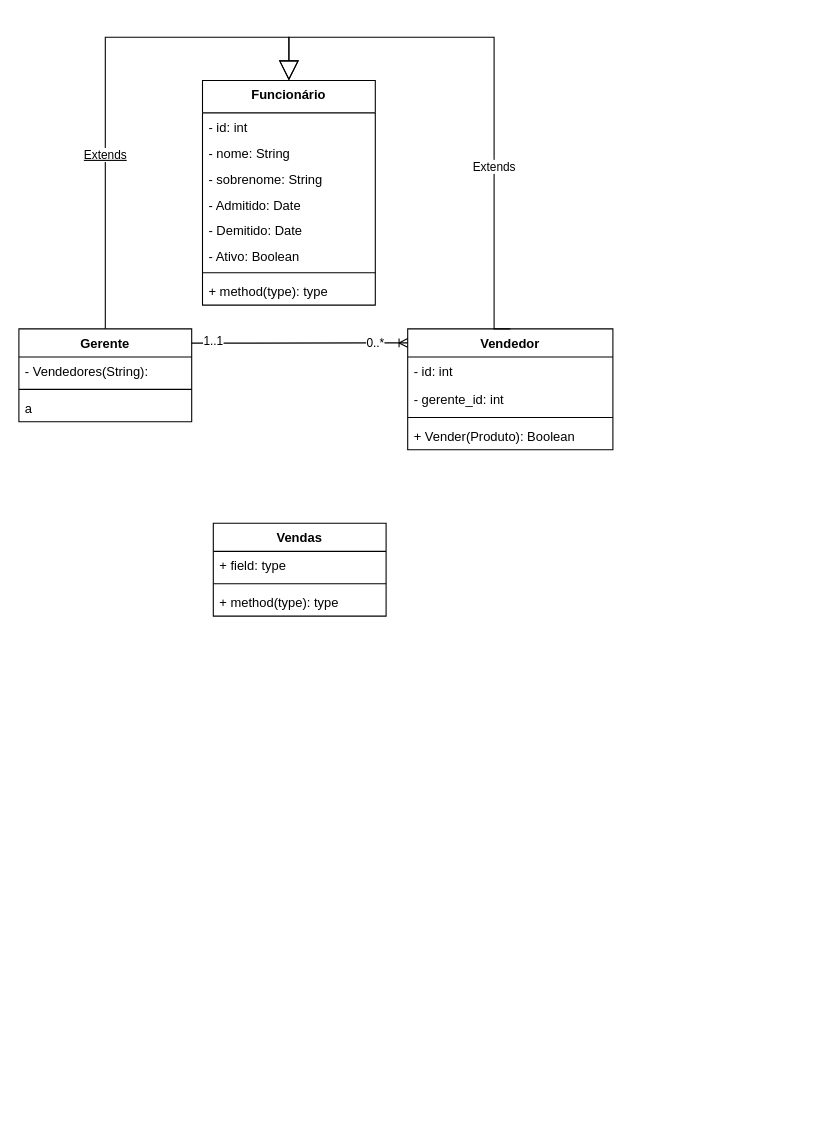
This is DiagramaDeClasse.drawio from gmdias727/fuzzy-doodle, a draw.io file, before an edit. Source tidied: cells renumbered, new cells numbered last; positions are measured from the earlier drawing's top-left corner, leaving out a move shared by most shapes. Both pictures are drawn from the tidied source at 108%, with x=0, y=0 at pixel (18, 37).
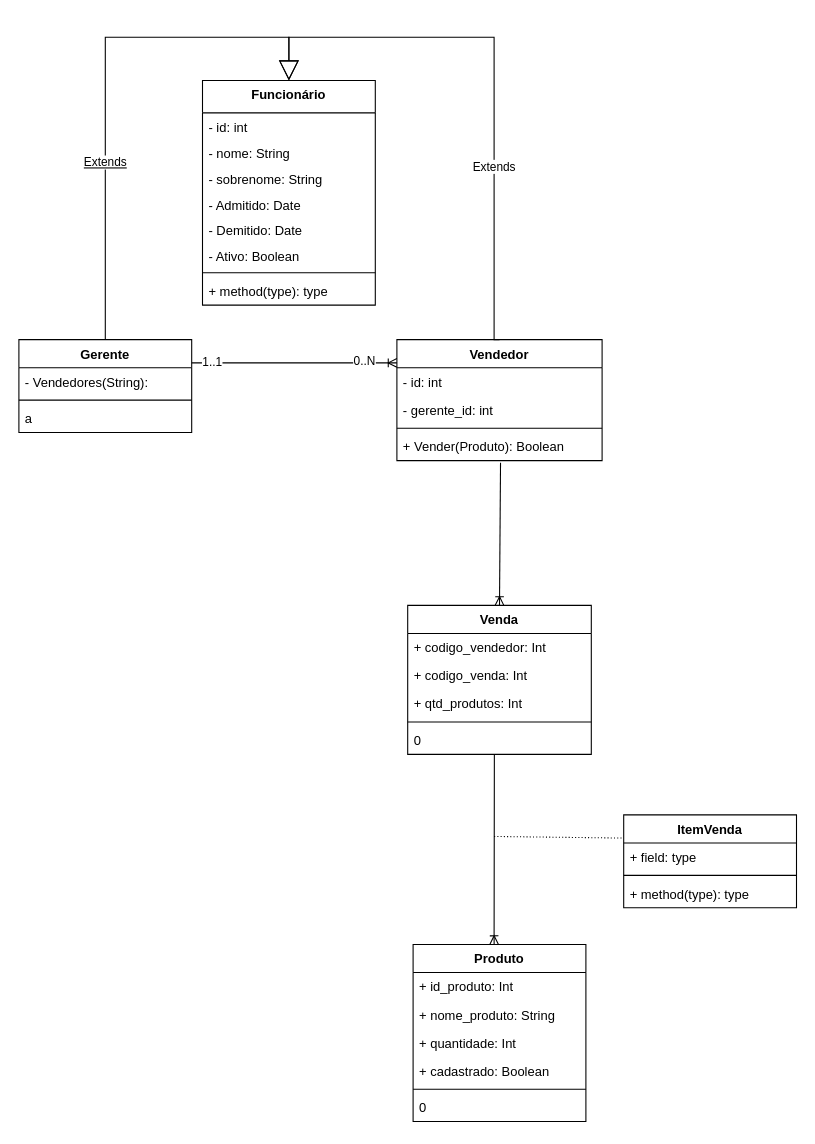
The same diagram, later.

The change refers to these unchanged cells:
```xml
<mxCell id="19" value="+ Vender(Produto): Boolean" style="text;strokeColor=none;fillColor=none;align=left;verticalAlign=top;spacingLeft=4;spacingRight=4;overflow=hidden;points=[[0,0.5],[1,0.5]];portConstraint=eastwest;" parent="15" vertex="1">
  <mxGeometry y="86" width="190" height="26" as="geometry" />
</mxCell>
```

What changed in the source:
```diff
@@
     <mxCell id="11" value="Gerente" style="swimlane;fontStyle=1;align=center;verticalAlign=top;horizontal=1;startSize=26;" parent="1" vertex="1">
-      <mxGeometry y="270" width="160" height="86" as="geometry" />
+      <mxGeometry y="280" width="160" height="86" as="geometry" />
     </mxCell>
@@
     <mxCell id="15" value="Vendedor" style="swimlane;fontStyle=1;align=center;verticalAlign=top;horizontal=1;startSize=26;" parent="1" vertex="1">
-      <mxGeometry x="360" y="270" width="190" height="112" as="geometry" />
+      <mxGeometry x="350" y="280" width="190" height="112" as="geometry" />
     </mxCell>
@@
-    <mxCell id="20" value="Vendas" style="swimlane;fontStyle=1;align=center;verticalAlign=top;horizontal=1;startSize=26;" parent="1" vertex="1">
-      <mxGeometry x="180" y="450" width="160" height="86" as="geometry" />
+    <mxCell id="20" value="Venda" style="swimlane;fontStyle=1;align=center;verticalAlign=top;horizontal=1;startSize=26;" parent="1" vertex="1">
+      <mxGeometry x="360" y="526" width="170" height="138" as="geometry" />
     </mxCell>
+    <mxCell id="29" value="+ codigo_vendedor: Int" style="text;strokeColor=none;fillColor=none;align=left;verticalAlign=top;spacingLeft=4;spacingRight=4;overflow=hidden;" parent="20" vertex="1">
+      <mxGeometry y="26" width="170" height="26" as="geometry" />
+    </mxCell>
+    <mxCell id="30" value="+ codigo_venda: Int" style="text;strokeColor=none;fillColor=none;align=left;verticalAlign=top;spacingLeft=4;spacingRight=4;overflow=hidden;" parent="20" vertex="1">
+      <mxGeometry y="52" width="170" height="26" as="geometry" />
+    </mxCell>
-    <mxCell id="21" value="+ field: type" style="text;strokeColor=none;fillColor=none;align=left;verticalAlign=top;spacingLeft=4;spacingRight=4;overflow=hidden;" parent="20" vertex="1">
-      <mxGeometry y="26" width="160" height="26" as="geometry" />
+    <mxCell id="21" value="+ qtd_produtos: Int" style="text;strokeColor=none;fillColor=none;align=left;verticalAlign=top;spacingLeft=4;spacingRight=4;overflow=hidden;" parent="20" vertex="1">
+      <mxGeometry y="78" width="170" height="26" as="geometry" />
     </mxCell>
     <mxCell id="22" style="line;strokeWidth=1;fillColor=none;align=left;verticalAlign=middle;spacingTop=-1;spacingLeft=3;spacingRight=3;labelPosition=right;" parent="20" vertex="1">
-      <mxGeometry y="52" width="160" height="8" as="geometry" />
+      <mxGeometry y="104" width="170" height="8" as="geometry" />
     </mxCell>
-    <mxCell id="23" value="+ method(type): type" style="text;strokeColor=none;fillColor=none;align=left;verticalAlign=top;spacingLeft=4;spacingRight=4;overflow=hidden;points=[[0,0.5],[1,0.5]];portConstraint=eastwest;" parent="20" vertex="1">
-      <mxGeometry y="60" width="160" height="26" as="geometry" />
+    <mxCell id="23" value="0" style="text;strokeColor=none;fillColor=none;align=left;verticalAlign=top;spacingLeft=4;spacingRight=4;overflow=hidden;points=[[0,0.5],[1,0.5]];portConstraint=eastwest;" parent="20" vertex="1">
+      <mxGeometry y="112" width="170" height="26" as="geometry" />
     </mxCell>
@@
-    <mxCell id="26" style="edgeStyle=entityRelationEdgeStyle;fontSize=12;html=1;endArrow=ERoneToMany;rounded=0;elbow=vertical;exitX=0.999;exitY=0.154;exitDx=0;exitDy=0;exitPerimeter=0;" parent="1" edge="1" source="11">
-      <mxGeometry relative="1" as="geometry">
-        <mxPoint x="360" y="283" as="targetPoint" />
-      </mxGeometry>
-    </mxCell>
+    <mxCell id="31" value="Produto" style="swimlane;fontStyle=1;align=center;verticalAlign=top;horizontal=1;startSize=26;" parent="1" vertex="1">
+      <mxGeometry x="365" y="840" width="160" height="164" as="geometry" />
+    </mxCell>
+    <mxCell id="32" value="+ id_produto: Int" style="text;strokeColor=none;fillColor=none;align=left;verticalAlign=top;spacingLeft=4;spacingRight=4;overflow=hidden;" parent="31" vertex="1">
+      <mxGeometry y="26" width="160" height="26" as="geometry" />
+    </mxCell>
+    <mxCell id="33" value="+ nome_produto: String" style="text;strokeColor=none;fillColor=none;align=left;verticalAlign=top;spacingLeft=4;spacingRight=4;overflow=hidden;" parent="31" vertex="1">
+      <mxGeometry y="52" width="160" height="26" as="geometry" />
+    </mxCell>
+    <mxCell id="34" value="+ quantidade: Int" style="text;strokeColor=none;fillColor=none;align=left;verticalAlign=top;spacingLeft=4;spacingRight=4;overflow=hidden;" parent="31" vertex="1">
+      <mxGeometry y="78" width="160" height="26" as="geometry" />
+    </mxCell>
+    <mxCell id="35" value="+ cadastrado: Boolean" style="text;strokeColor=none;fillColor=none;align=left;verticalAlign=top;spacingLeft=4;spacingRight=4;overflow=hidden;" parent="31" vertex="1">
+      <mxGeometry y="104" width="160" height="26" as="geometry" />
+    </mxCell>
+    <mxCell id="36" style="line;strokeWidth=1;fillColor=none;align=left;verticalAlign=middle;spacingTop=-1;spacingLeft=3;spacingRight=3;labelPosition=right;" parent="31" vertex="1">
+      <mxGeometry y="130" width="160" height="8" as="geometry" />
+    </mxCell>
+    <mxCell id="37" value="0" style="text;strokeColor=none;fillColor=none;align=left;verticalAlign=top;spacingLeft=4;spacingRight=4;overflow=hidden;" parent="31" vertex="1">
+      <mxGeometry y="138" width="160" height="26" as="geometry" />
+    </mxCell>
+    <mxCell id="38" style="fontSize=12;html=1;endArrow=ERoneToMany;rounded=0;elbow=vertical;exitX=1;exitY=0.25;exitDx=0;exitDy=0;entryX=0;entryY=0.192;entryDx=0;entryDy=0;entryPerimeter=0;" parent="1" edge="1" source="11" target="15">
+      <mxGeometry relative="1" as="geometry" />
+    </mxCell>
+    <mxCell id="39" value="0..N" style="edgeLabel;html=1;align=center;verticalAlign=middle;" parent="38" vertex="1">
+      <mxGeometry x="0.79" y="2" relative="1" as="geometry">
+        <mxPoint x="-11" as="offset" />
+      </mxGeometry>
+    </mxCell>
-    <mxCell id="27" value="1..1" style="edgeLabel;html=1;align=center;verticalAlign=middle;" parent="26" vertex="1">
-      <mxGeometry x="-0.89" y="3" relative="1" as="geometry">
-        <mxPoint x="9" as="offset" />
+    <mxCell id="27" value="1..1" style="edgeLabel;html=1;align=center;verticalAlign=middle;" parent="38" vertex="1">
+      <mxGeometry x="-0.87" y="-1" relative="1" as="geometry">
+        <mxPoint x="7" y="-2" as="offset" />
       </mxGeometry>
     </mxCell>
-    <mxCell id="28" value="0..*" style="edgeLabel;html=1;align=center;verticalAlign=middle;" parent="26" vertex="1">
-      <mxGeometry x="0.79" y="1" relative="1" as="geometry">
-        <mxPoint x="-9" as="offset" />
-      </mxGeometry>
-    </mxCell>
+    <mxCell id="40" style="fontSize=12;html=1;endArrow=ERoneToMany;rounded=0;elbow=vertical;exitX=0.505;exitY=1.077;exitDx=0;exitDy=0;exitPerimeter=0;entryX=0.5;entryY=0;entryDx=0;entryDy=0;" parent="1" edge="1" source="19" target="20">
+      <mxGeometry relative="1" as="geometry" />
+    </mxCell>
+    <mxCell id="41" value="ItemVenda" style="swimlane;fontStyle=1;align=center;verticalAlign=top;horizontal=1;startSize=26;" parent="1" vertex="1">
+      <mxGeometry x="560" y="720" width="160" height="86" as="geometry" />
+    </mxCell>
+    <mxCell id="42" value="+ field: type" style="text;strokeColor=none;fillColor=none;align=left;verticalAlign=top;spacingLeft=4;spacingRight=4;overflow=hidden;" parent="41" vertex="1">
+      <mxGeometry y="26" width="160" height="26" as="geometry" />
+    </mxCell>
+    <mxCell id="43" style="line;strokeWidth=1;fillColor=none;align=left;verticalAlign=middle;spacingTop=-1;spacingLeft=3;spacingRight=3;labelPosition=right;" parent="41" vertex="1">
+      <mxGeometry y="52" width="160" height="8" as="geometry" />
+    </mxCell>
+    <mxCell id="44" value="+ method(type): type" style="text;strokeColor=none;fillColor=none;align=left;verticalAlign=top;spacingLeft=4;spacingRight=4;overflow=hidden;" parent="41" vertex="1">
+      <mxGeometry y="60" width="160" height="26" as="geometry" />
+    </mxCell>
+    <mxCell id="45" style="fontSize=12;html=1;endArrow=ERoneToMany;rounded=0;elbow=vertical;exitX=0.472;exitY=1.001;exitDx=0;exitDy=0;exitPerimeter=0;entryX=0.469;entryY=0;entryDx=0;entryDy=0;entryPerimeter=0;" parent="1" edge="1" source="23" target="31">
+      <mxGeometry relative="1" as="geometry">
+        <Array as="points">
+          <mxPoint x="440" y="830" />
+        </Array>
+      </mxGeometry>
+    </mxCell>
+    <mxCell id="46" style="endArrow=none;html=1;rounded=0;dashed=1;dashPattern=1 2;elbow=vertical;entryX=0;entryY=0.25;entryDx=0;entryDy=0;" parent="1" edge="1" target="41">
+      <mxGeometry relative="1" as="geometry">
+        <mxPoint x="440" y="740" as="sourcePoint" />
+      </mxGeometry>
+    </mxCell>
```
